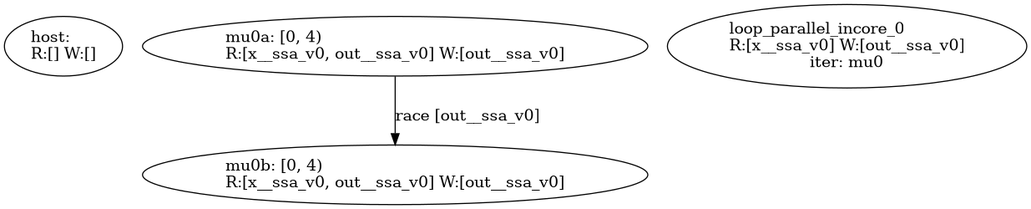
Servyi-Agent/pypto-symir keeps this Graphviz diagram as out/parallel_task_post.png. Above is the earlier version. Its source is kept beside it as out/parallel_task_post.dot.
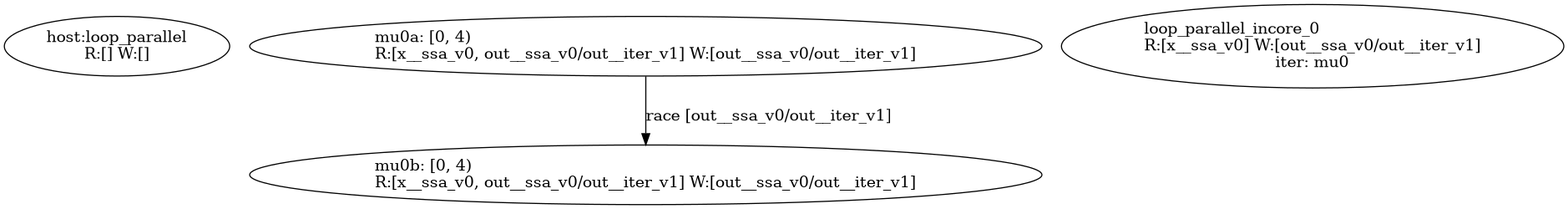
After the change.

What changed in the source:
```diff
@@ -1,7 +1,7 @@
 digraph {
-    0 [ label = "host:\lR:[] W:[]" ]
-    1 [ label = "mu0a: [0, 4)\lR:[x__ssa_v0, out__ssa_v0] W:[out__ssa_v0]" ]
-    2 [ label = "mu0b: [0, 4)\lR:[x__ssa_v0, out__ssa_v0] W:[out__ssa_v0]" ]
-    3 [ label = "loop_parallel_incore_0\lR:[x__ssa_v0] W:[out__ssa_v0]\liter: mu0" ]
-    1 -> 2 [ label = "race [out__ssa_v0]" ]
+    0 [ label = "host:loop_parallel\lR:[] W:[]" ]
+    1 [ label = "mu0a: [0, 4)\lR:[x__ssa_v0, out__ssa_v0/out__iter_v1] W:[out__ssa_v0/out__iter_v1]" ]
+    2 [ label = "mu0b: [0, 4)\lR:[x__ssa_v0, out__ssa_v0/out__iter_v1] W:[out__ssa_v0/out__iter_v1]" ]
+    3 [ label = "loop_parallel_incore_0\lR:[x__ssa_v0] W:[out__ssa_v0/out__iter_v1]\liter: mu0" ]
+    1 -> 2 [ label = "race [out__ssa_v0/out__iter_v1]" ]
 }
```
